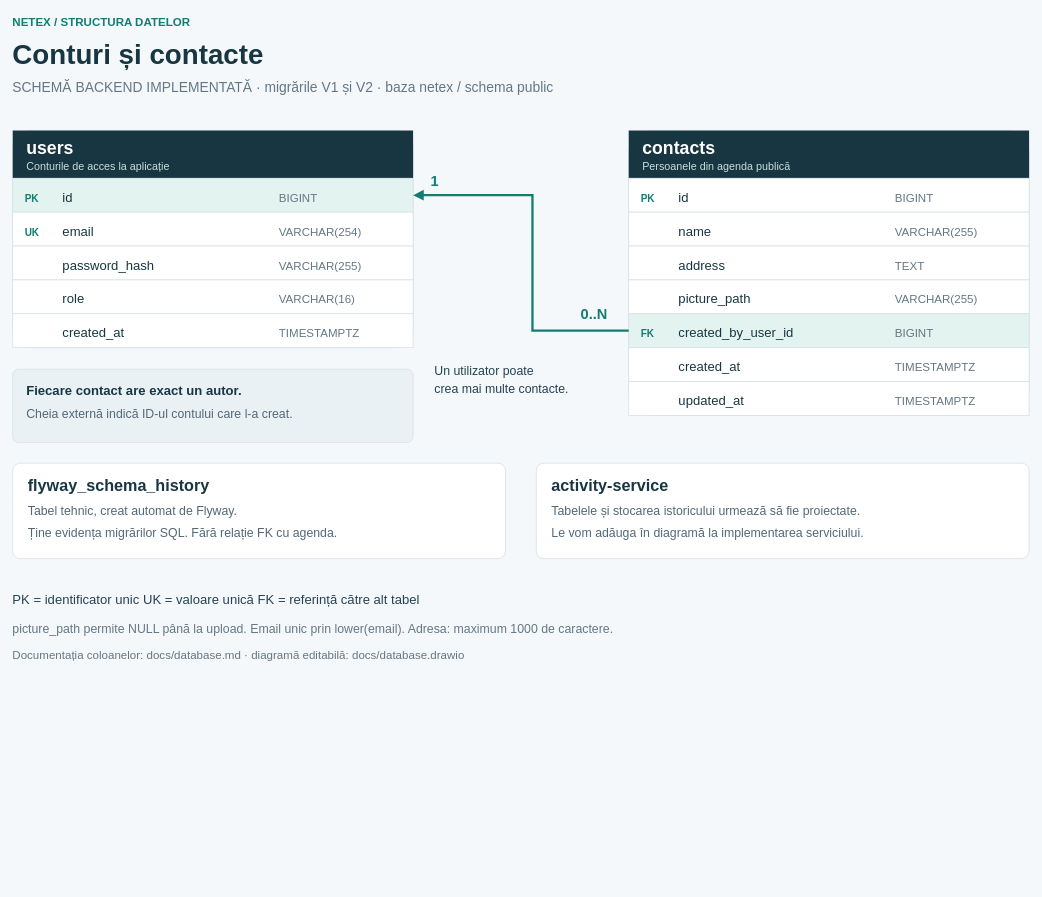
Earlier version of the draw.io diagram docs/database.drawio (MonkeyFonkey1/netex_project). Source tidied: cells renumbered, new cells numbered last; positions are measured from the earlier drawing's top-left corner, leaving out a move shared by most shapes. Both pictures are drawn from the tidied source at 77%, with x=0, y=0 at pixel (12, 12).
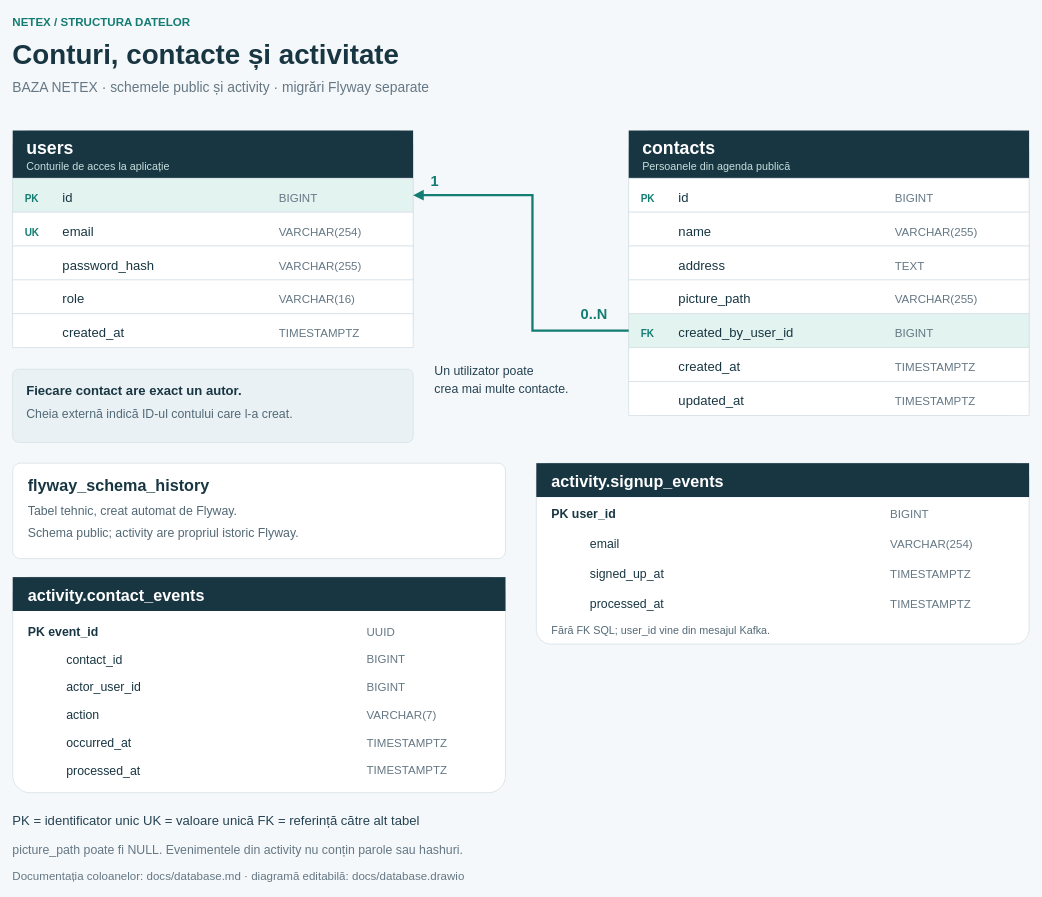
After the change.

The edit, as a diff of the source:
```diff
@@
-    <mxCell id="3" value="Conturi și contacte" style="text;html=0;align=left;verticalAlign=middle;spacing=0;fontFamily=Arial;fontSize=36;fontColor=#183642;fontStyle=1;" parent="1" vertex="1">
-      <mxGeometry y="28" width="1000" height="44" as="geometry" />
+    <mxCell id="3" value="Conturi, contacte și activitate" style="text;html=0;align=left;verticalAlign=middle;spacing=0;fontFamily=Arial;fontSize=36;fontColor=#183642;fontStyle=1;" parent="1" vertex="1">
+      <mxGeometry y="28" width="1200" height="44" as="geometry" />
     </mxCell>
-    <mxCell id="4" value="SCHEMĂ BACKEND IMPLEMENTATĂ · migrările V1 și V2 · baza netex / schema public" style="text;html=0;align=left;verticalAlign=middle;spacing=0;fontFamily=Arial;fontSize=18;fontColor=#647784;fontStyle=0;" parent="1" vertex="1">
-      <mxGeometry y="83" width="1100" height="26" as="geometry" />
+    <mxCell id="4" value="BAZA NETEX · schemele public și activity · migrări Flyway separate" style="text;html=0;align=left;verticalAlign=middle;spacing=0;fontFamily=Arial;fontSize=18;fontColor=#647784;fontStyle=0;" parent="1" vertex="1">
+      <mxGeometry y="83" width="1200" height="26" as="geometry" />
     </mxCell>
@@
-    <mxCell id="64" value="Ține evidența migrărilor SQL. Fără relație FK cu agenda." style="text;html=0;align=left;verticalAlign=middle;spacing=0;fontFamily=Arial;fontSize=16;fontColor=#526976;fontStyle=0;" parent="1" vertex="1">
+    <mxCell id="64" value="Schema public; activity are propriul istoric Flyway." style="text;html=0;align=left;verticalAlign=middle;spacing=0;fontFamily=Arial;fontSize=16;fontColor=#526976;fontStyle=0;" parent="1" vertex="1">
       <mxGeometry x="20" y="663" width="600" height="24" as="geometry" />
     </mxCell>
     <mxCell id="65" style="rounded=1;arcSize=8;fillColor=#ffffff;strokeColor=#d5e0e6;" parent="1" vertex="1">
-      <mxGeometry x="680" y="585" width="640" height="124" as="geometry" />
+      <mxGeometry x="680" y="585" width="640" height="235" as="geometry" />
     </mxCell>
+    <mxCell id="72" style="rounded=0;fillColor=#183642;strokeColor=none;" parent="1" vertex="1">
+      <mxGeometry x="680" y="585" width="640" height="44" as="geometry" />
+    </mxCell>
-    <mxCell id="66" value="activity-service" style="text;html=0;align=left;verticalAlign=middle;spacing=0;fontFamily=Arial;fontSize=21;fontColor=#183642;fontStyle=1;" parent="1" vertex="1">
-      <mxGeometry x="700" y="598" width="590" height="29" as="geometry" />
+    <mxCell id="66" value="activity.signup_events" style="text;html=0;align=left;verticalAlign=middle;spacing=0;fontFamily=Arial;fontSize=21;fontColor=#ffffff;fontStyle=1;" parent="1" vertex="1">
+      <mxGeometry x="700" y="593" width="590" height="29" as="geometry" />
     </mxCell>
-    <mxCell id="67" value="Tabelele și stocarea istoricului urmează să fie proiectate." style="text;html=0;align=left;verticalAlign=middle;spacing=0;fontFamily=Arial;fontSize=16;fontColor=#526976;fontStyle=0;" parent="1" vertex="1">
-      <mxGeometry x="700" y="634" width="600" height="24" as="geometry" />
-    </mxCell>
+    <mxCell id="73" value="PK   user_id" style="text;html=0;align=left;verticalAlign=middle;spacing=0;fontFamily=Arial;fontSize=16;fontColor=#183642;fontStyle=1;" parent="1" vertex="1">
+      <mxGeometry x="700" y="638" width="350" height="24" as="geometry" />
+    </mxCell>
+    <mxCell id="74" value="BIGINT" style="text;html=0;align=left;verticalAlign=middle;spacing=0;fontFamily=Arial;fontSize=15;fontColor=#647784;" parent="1" vertex="1">
+      <mxGeometry x="1140" y="638" width="160" height="24" as="geometry" />
+    </mxCell>
+    <mxCell id="75" value="email" style="text;html=0;align=left;verticalAlign=middle;spacing=0;fontFamily=Arial;fontSize=16;fontColor=#183642;" parent="1" vertex="1">
+      <mxGeometry x="750" y="677" width="350" height="24" as="geometry" />
+    </mxCell>
+    <mxCell id="76" value="VARCHAR(254)" style="text;html=0;align=left;verticalAlign=middle;spacing=0;fontFamily=Arial;fontSize=15;fontColor=#647784;" parent="1" vertex="1">
+      <mxGeometry x="1140" y="677" width="160" height="24" as="geometry" />
+    </mxCell>
+    <mxCell id="77" value="signed_up_at" style="text;html=0;align=left;verticalAlign=middle;spacing=0;fontFamily=Arial;fontSize=16;fontColor=#183642;" parent="1" vertex="1">
+      <mxGeometry x="750" y="716" width="350" height="24" as="geometry" />
+    </mxCell>
+    <mxCell id="78" value="TIMESTAMPTZ" style="text;html=0;align=left;verticalAlign=middle;spacing=0;fontFamily=Arial;fontSize=15;fontColor=#647784;" parent="1" vertex="1">
+      <mxGeometry x="1140" y="716" width="160" height="24" as="geometry" />
+    </mxCell>
+    <mxCell id="79" value="processed_at" style="text;html=0;align=left;verticalAlign=middle;spacing=0;fontFamily=Arial;fontSize=16;fontColor=#183642;" parent="1" vertex="1">
+      <mxGeometry x="750" y="755" width="350" height="24" as="geometry" />
+    </mxCell>
+    <mxCell id="80" value="TIMESTAMPTZ" style="text;html=0;align=left;verticalAlign=middle;spacing=0;fontFamily=Arial;fontSize=15;fontColor=#647784;" parent="1" vertex="1">
+      <mxGeometry x="1140" y="755" width="160" height="24" as="geometry" />
+    </mxCell>
-    <mxCell id="68" value="Le vom adăuga în diagramă la implementarea serviciului." style="text;html=0;align=left;verticalAlign=middle;spacing=0;fontFamily=Arial;fontSize=16;fontColor=#526976;fontStyle=0;" parent="1" vertex="1">
-      <mxGeometry x="700" y="663" width="600" height="24" as="geometry" />
+    <mxCell id="68" value="Fără FK SQL; user_id vine din mesajul Kafka." style="text;html=0;align=left;verticalAlign=middle;spacing=0;fontFamily=Arial;fontSize=14;fontColor=#526976;fontStyle=0;" parent="1" vertex="1">
+      <mxGeometry x="700" y="789" width="600" height="24" as="geometry" />
     </mxCell>
+    <mxCell id="81" style="rounded=1;arcSize=8;fillColor=#ffffff;strokeColor=#d5e0e6;" parent="1" vertex="1">
+      <mxGeometry y="733" width="640" height="280" as="geometry" />
+    </mxCell>
+    <mxCell id="82" style="rounded=0;fillColor=#183642;strokeColor=none;" parent="1" vertex="1">
+      <mxGeometry y="733" width="640" height="44" as="geometry" />
+    </mxCell>
+    <mxCell id="83" value="activity.contact_events" style="text;html=0;align=left;verticalAlign=middle;spacing=0;fontFamily=Arial;fontSize=21;fontColor=#ffffff;fontStyle=1;" parent="1" vertex="1">
+      <mxGeometry x="20" y="741" width="580" height="29" as="geometry" />
+    </mxCell>
+    <mxCell id="84" value="PK   event_id" style="text;html=0;align=left;verticalAlign=middle;spacing=0;fontFamily=Arial;fontSize=16;fontColor=#183642;fontStyle=1;" parent="1" vertex="1">
+      <mxGeometry x="20" y="791" width="350" height="24" as="geometry" />
+    </mxCell>
+    <mxCell id="85" value="UUID" style="text;html=0;align=left;verticalAlign=middle;spacing=0;fontFamily=Arial;fontSize=15;fontColor=#647784;" parent="1" vertex="1">
+      <mxGeometry x="460" y="791" width="160" height="24" as="geometry" />
+    </mxCell>
+    <mxCell id="86" value="contact_id" style="text;html=0;align=left;verticalAlign=middle;spacing=0;fontFamily=Arial;fontSize=16;fontColor=#183642;" parent="1" vertex="1">
+      <mxGeometry x="70" y="827" width="350" height="24" as="geometry" />
+    </mxCell>
+    <mxCell id="87" value="BIGINT" style="text;html=0;align=left;verticalAlign=middle;spacing=0;fontFamily=Arial;fontSize=15;fontColor=#647784;" parent="1" vertex="1">
+      <mxGeometry x="460" y="827" width="160" height="24" as="geometry" />
+    </mxCell>
+    <mxCell id="88" value="actor_user_id" style="text;html=0;align=left;verticalAlign=middle;spacing=0;fontFamily=Arial;fontSize=16;fontColor=#183642;" parent="1" vertex="1">
+      <mxGeometry x="70" y="863" width="350" height="24" as="geometry" />
+    </mxCell>
+    <mxCell id="89" value="BIGINT" style="text;html=0;align=left;verticalAlign=middle;spacing=0;fontFamily=Arial;fontSize=15;fontColor=#647784;" parent="1" vertex="1">
+      <mxGeometry x="460" y="863" width="160" height="24" as="geometry" />
+    </mxCell>
+    <mxCell id="90" value="action" style="text;html=0;align=left;verticalAlign=middle;spacing=0;fontFamily=Arial;fontSize=16;fontColor=#183642;" parent="1" vertex="1">
+      <mxGeometry x="70" y="899" width="350" height="24" as="geometry" />
+    </mxCell>
+    <mxCell id="91" value="VARCHAR(7)" style="text;html=0;align=left;verticalAlign=middle;spacing=0;fontFamily=Arial;fontSize=15;fontColor=#647784;" parent="1" vertex="1">
+      <mxGeometry x="460" y="899" width="160" height="24" as="geometry" />
+    </mxCell>
+    <mxCell id="92" value="occurred_at" style="text;html=0;align=left;verticalAlign=middle;spacing=0;fontFamily=Arial;fontSize=16;fontColor=#183642;" parent="1" vertex="1">
+      <mxGeometry x="70" y="935" width="350" height="24" as="geometry" />
+    </mxCell>
+    <mxCell id="93" value="TIMESTAMPTZ" style="text;html=0;align=left;verticalAlign=middle;spacing=0;fontFamily=Arial;fontSize=15;fontColor=#647784;" parent="1" vertex="1">
+      <mxGeometry x="460" y="935" width="160" height="24" as="geometry" />
+    </mxCell>
+    <mxCell id="94" value="processed_at" style="text;html=0;align=left;verticalAlign=middle;spacing=0;fontFamily=Arial;fontSize=16;fontColor=#183642;" parent="1" vertex="1">
+      <mxGeometry x="70" y="971" width="350" height="24" as="geometry" />
+    </mxCell>
+    <mxCell id="95" value="TIMESTAMPTZ" style="text;html=0;align=left;verticalAlign=middle;spacing=0;fontFamily=Arial;fontSize=15;fontColor=#647784;" parent="1" vertex="1">
+      <mxGeometry x="460" y="971" width="160" height="24" as="geometry" />
+    </mxCell>
     <mxCell id="69" value="PK = identificator unic     UK = valoare unică     FK = referință către alt tabel" style="text;html=0;align=left;verticalAlign=middle;spacing=0;fontFamily=Arial;fontSize=17;fontColor=#254252;fontStyle=0;" parent="1" vertex="1">
-      <mxGeometry y="749" width="1250" height="25" as="geometry" />
+      <mxGeometry y="1036" width="1250" height="25" as="geometry" />
     </mxCell>
-    <mxCell id="70" value="picture_path permite NULL până la upload. Email unic prin lower(email). Adresa: maximum 1000 de caractere." style="text;html=0;align=left;verticalAlign=middle;spacing=0;fontFamily=Arial;fontSize=16;fontColor=#647784;fontStyle=0;" parent="1" vertex="1">
-      <mxGeometry y="787" width="1300" height="24" as="geometry" />
+    <mxCell id="70" value="picture_path poate fi NULL. Evenimentele din activity nu conțin parole sau hashuri." style="text;html=0;align=left;verticalAlign=middle;spacing=0;fontFamily=Arial;fontSize=16;fontColor=#647784;fontStyle=0;" parent="1" vertex="1">
+      <mxGeometry y="1074" width="1300" height="24" as="geometry" />
     </mxCell>
     <mxCell id="71" value="Documentația coloanelor: docs/database.md · diagramă editabilă: docs/database.drawio" style="text;html=0;align=left;verticalAlign=middle;spacing=0;fontFamily=Arial;fontSize=15;fontColor=#647784;fontStyle=0;" parent="1" vertex="1">
-      <mxGeometry y="822" width="1300" height="23" as="geometry" />
+      <mxGeometry y="1109" width="1300" height="23" as="geometry" />
     </mxCell>
```
